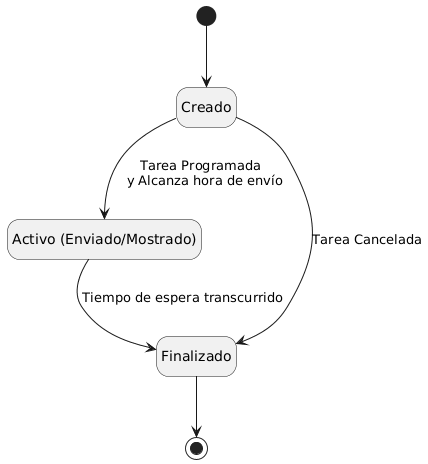
The PlantUML diagram documents/modelosUML/modeloDeDominio/diagramaEstados/diagramaEstadosRecordatorio.png in inigovaqueroo04/25-26-IdSw1-SdR, before a commit. Source of this version:
```plantuml
@startuml
hide empty description

state "Creado" as Creado
state "Activo (Enviado/Mostrado)" as Activo
state "Finalizado" as Finalizado

[*] --> Creado

Creado --> Activo : Tarea Programada \n y Alcanza hora de envío

Creado --> Finalizado : Tarea Cancelada

Activo --> Finalizado : Tiempo de espera transcurrido

Finalizado --> [*]
@enduml
```
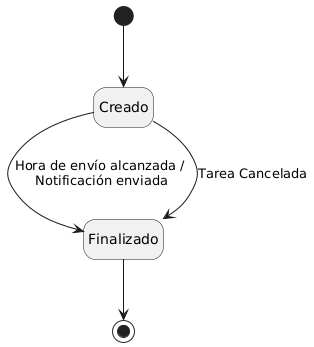
The same file after the commit.

Commit message:
Fix Ciclo de vida de Recordatorio

The edit, as a diff of the source:
```diff
@@ -2,16 +2,13 @@
 hide empty description
 
 state "Creado" as Creado
-state "Activo (Enviado/Mostrado)" as Activo
 state "Finalizado" as Finalizado
 
 [*] --> Creado
 
-Creado --> Activo : Tarea Programada \n y Alcanza hora de envío
+Creado --> Finalizado : Hora de envío alcanzada / \nNotificación enviada
 
 Creado --> Finalizado : Tarea Cancelada
 
-Activo --> Finalizado : Tiempo de espera transcurrido
-
 Finalizado --> [*]
 @enduml
```
